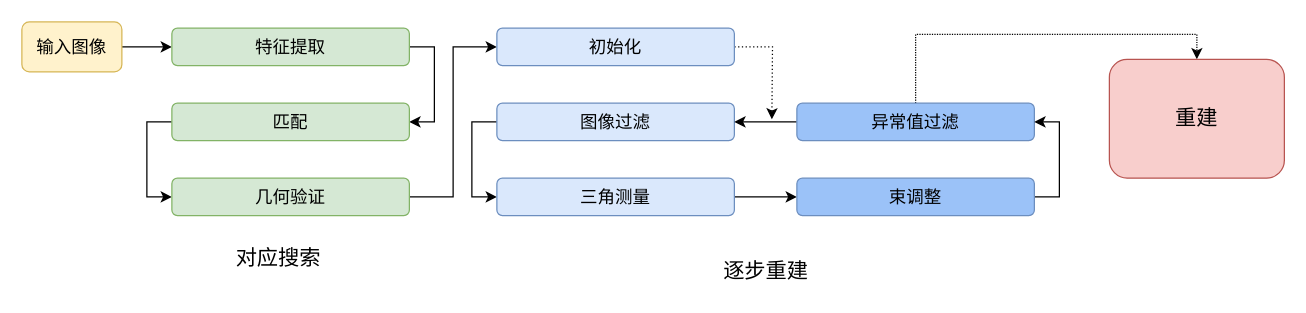
shixuezhiyi/draw_io keeps this draw.io diagram as colmap.drawio. Above is the earlier version. Source tidied: cells renumbered, new cells numbered last; positions are measured from the earlier drawing's top-left corner, leaving out a move shared by most shapes. Both pictures are drawn from the tidied source at 125%, with x=0, y=0 at pixel (21, 21).
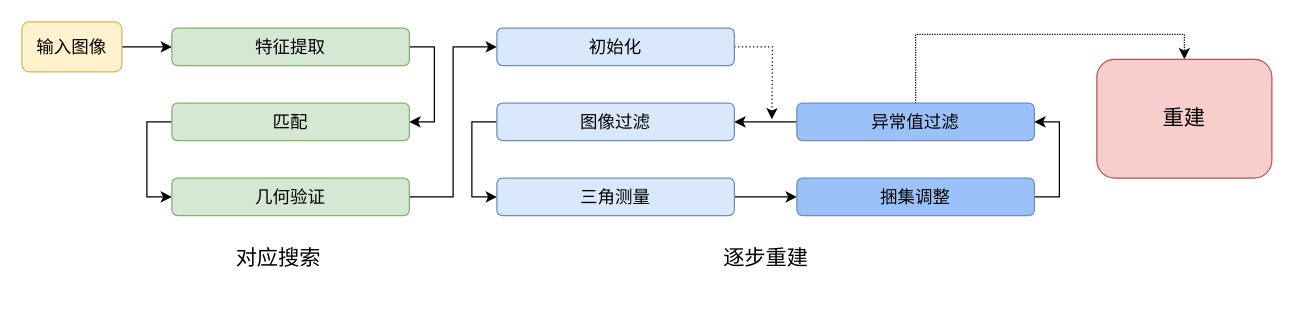
The same page after the edit.

Change to the diagram source:
```diff
@@
-    <mxCell id="20" value="&lt;span style=&quot;font-size: 14px;&quot;&gt;束调整&lt;/span&gt;" style="rounded=1;whiteSpace=wrap;html=1;fillColor=#9bc2f8;strokeColor=#6c8ebf;" parent="1" vertex="1">
+    <mxCell id="20" value="&lt;div style=&quot;text-align: start;&quot;&gt;&lt;span style=&quot;font-size: 14px; background-color: initial;&quot;&gt;捆集调整&lt;/span&gt;&lt;/div&gt;" style="rounded=1;whiteSpace=wrap;html=1;fillColor=#9bc2f8;strokeColor=#6c8ebf;" parent="1" vertex="1">
       <mxGeometry x="620" y="125" width="190" height="30" as="geometry" />
     </mxCell>
     <mxCell id="21" value="&lt;font style=&quot;font-size: 17px;&quot;&gt;重建&lt;/font&gt;" style="rounded=1;whiteSpace=wrap;html=1;fillColor=#f8cecc;strokeColor=#b85450;" parent="1" vertex="1">
-      <mxGeometry x="870" y="30" width="140" height="95" as="geometry" />
+      <mxGeometry x="860" y="30" width="140" height="95" as="geometry" />
     </mxCell>
     <mxCell id="22" value="&lt;font style=&quot;font-size: 17px;&quot;&gt;逐步重建&lt;/font&gt;" style="text;html=1;align=center;verticalAlign=middle;strokeColor=none;fillColor=none;" parent="1" vertex="1">
-      <mxGeometry x="550" y="185" width="90" height="30" as="geometry" />
+      <mxGeometry x="550" y="175" width="90" height="30" as="geometry" />
     </mxCell>
```
